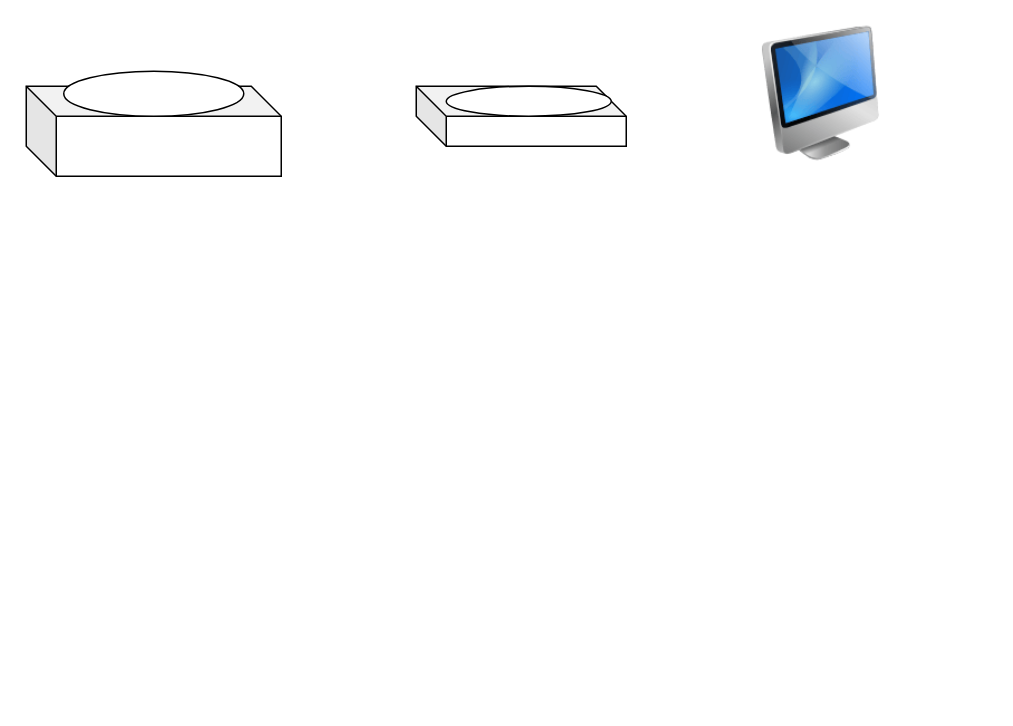
This is 名称未設定ファイル.drawio from kenzi-taka/audio-diagram, a draw.io file, before an edit. Source tidied: cells renumbered, new cells numbered last; positions are measured from the earlier drawing's top-left corner, leaving out a move shared by most shapes. Both pictures are drawn from the tidied source at 150%, with x=0, y=0 at pixel (26, 26).
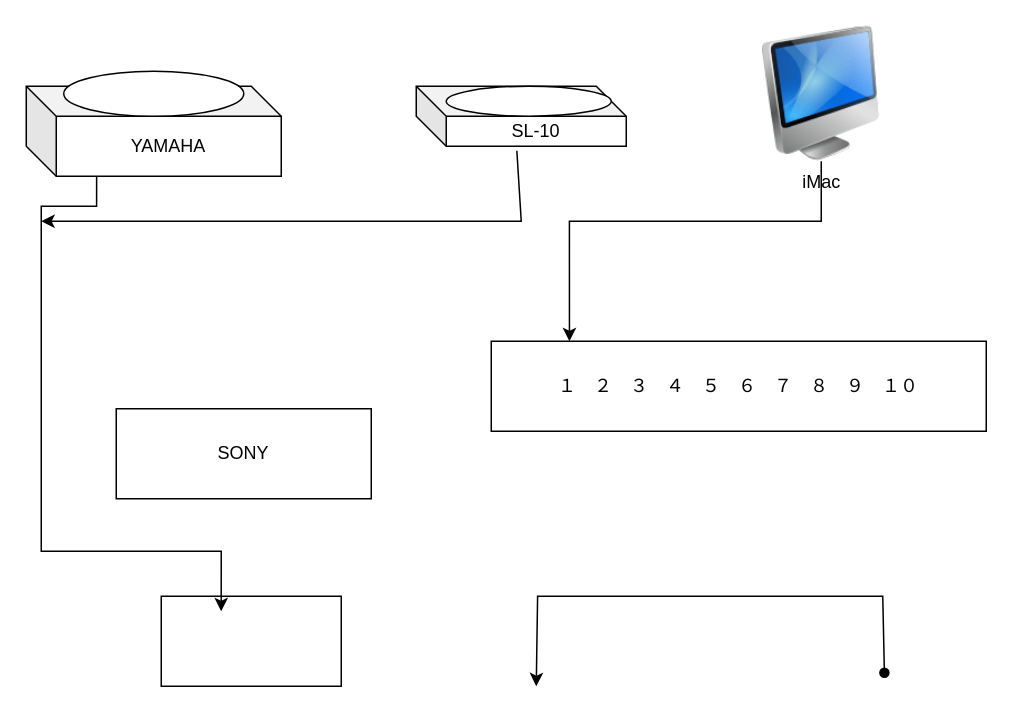
The same page after the edit.

Commit message (it also covers changes not shown here):
名称未設定ファイル.drawio を更新

Change to the diagram source:
```diff
@@
-    <mxCell id="2" style="image;html=1;image=img/lib/clip_art/computers/iMac_128x128.png;" parent="1" vertex="1">
+    <mxCell id="2" value="iMac" style="image;html=1;image=img/lib/clip_art/computers/iMac_128x128.png;" parent="1" vertex="1">
       <mxGeometry x="480" width="100" height="90" as="geometry" />
     </mxCell>
-    <mxCell id="3" style="shape=cube;whiteSpace=wrap;html=1;boundedLbl=1;backgroundOutline=1;darkOpacity=0.05;darkOpacity2=0.1;" parent="1" vertex="1">
+    <mxCell id="3" value="YAMAHA" style="shape=cube;whiteSpace=wrap;html=1;boundedLbl=1;backgroundOutline=1;darkOpacity=0.05;darkOpacity2=0.1;" parent="1" vertex="1">
       <mxGeometry y="40" width="170" height="60" as="geometry" />
     </mxCell>
-    <mxCell id="4" style="shape=cube;whiteSpace=wrap;html=1;boundedLbl=1;backgroundOutline=1;darkOpacity=0.05;darkOpacity2=0.1;" parent="1" vertex="1">
+    <mxCell id="4" value="SL-10" style="shape=cube;whiteSpace=wrap;html=1;boundedLbl=1;backgroundOutline=1;darkOpacity=0.05;darkOpacity2=0.1;" parent="1" vertex="1">
       <mxGeometry x="260" y="40" width="140" height="40" as="geometry" />
     </mxCell>
@@
+    <mxCell id="7" value="SONY" style="rounded=0;whiteSpace=wrap;html=1;" parent="1" vertex="1">
+      <mxGeometry x="60" y="255" width="170" height="60" as="geometry" />
+    </mxCell>
+    <mxCell id="8" style="rounded=0;whiteSpace=wrap;html=1;" parent="1" vertex="1">
+      <mxGeometry x="310" y="210" width="330" height="60" as="geometry" />
+    </mxCell>
+    <mxCell id="9" value="１　２　３　４　５　６　７　８　９　１０" style="text;html=1;whiteSpace=wrap;strokeColor=none;fillColor=none;align=center;verticalAlign=middle;rounded=0;" parent="1" vertex="1">
+      <mxGeometry x="310" y="225" width="330" height="30" as="geometry" />
+    </mxCell>
+    <mxCell id="10" style="endArrow=classic;html=1;rounded=0;startArrow=oval;startFill=1;exitX=0.155;exitY=0.017;exitDx=0;exitDy=0;exitPerimeter=0;" parent="1" edge="1">
+      <mxGeometry relative="1" as="geometry">
+        <mxPoint x="572.1" y="431" as="sourcePoint" />
+        <mxPoint x="340" y="440" as="targetPoint" />
+        <Array as="points">
+          <mxPoint x="571" y="380" />
+          <mxPoint x="471" y="380" />
+          <mxPoint x="340.9" y="380" />
+        </Array>
+      </mxGeometry>
+    </mxCell>
+    <mxCell id="11" style="rounded=0;whiteSpace=wrap;html=1;" parent="1" vertex="1">
+      <mxGeometry x="90" y="380" width="120" height="60" as="geometry" />
+    </mxCell>
+    <mxCell id="12" style="endArrow=classic;html=1;rounded=0;exitX=0.276;exitY=1;exitDx=0;exitDy=0;exitPerimeter=0;entryX=0.333;entryY=0.167;entryDx=0;entryDy=0;entryPerimeter=0;" parent="1" edge="1" source="3" target="11">
+      <mxGeometry relative="1" as="geometry">
+        <Array as="points">
+          <mxPoint x="46.9" y="120" />
+          <mxPoint x="10" y="120" />
+          <mxPoint x="10" y="350" />
+          <mxPoint x="130" y="350" />
+        </Array>
+      </mxGeometry>
+    </mxCell>
+    <mxCell id="13" style="endArrow=classic;html=1;rounded=0;exitX=0.479;exitY=1.075;exitDx=0;exitDy=0;exitPerimeter=0;" parent="1" edge="1" source="4">
+      <mxGeometry relative="1" as="geometry">
+        <mxPoint x="10" y="130" as="targetPoint" />
+        <Array as="points">
+          <mxPoint x="330" y="130" />
+        </Array>
+      </mxGeometry>
+    </mxCell>
+    <mxCell id="14" style="endArrow=classic;html=1;rounded=0;entryX=0.158;entryY=0;entryDx=0;entryDy=0;entryPerimeter=0;" parent="1" edge="1" source="2" target="8">
+      <mxGeometry relative="1" as="geometry">
+        <Array as="points">
+          <mxPoint x="530" y="130" />
+          <mxPoint x="362.1" y="130" />
+        </Array>
+      </mxGeometry>
+    </mxCell>
```
